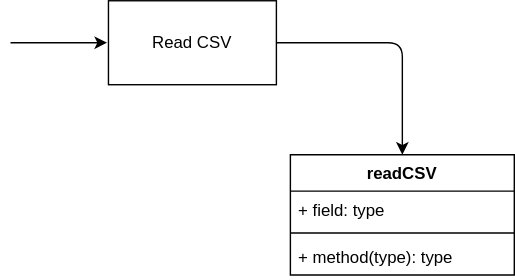
The draw.io diagram doc/step_1.drawio.svg in nigdanil/scrapy_comics, before a commit. Source tidied: cells renumbered, new cells last; positions are measured from the earlier drawing's top-left corner, leaving out a move shared by most shapes.
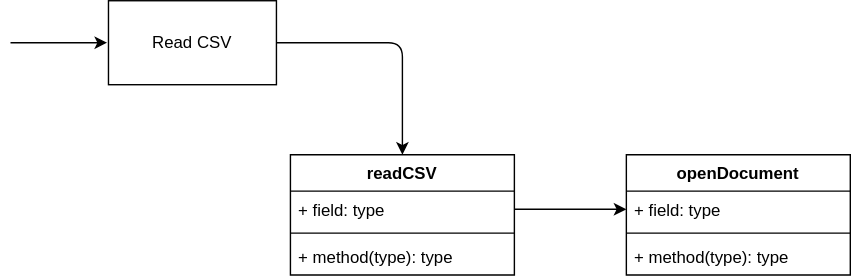
The same diagram one commit later.

The edit, as a diff of the source:
```diff
@@ -26,5 +26,20 @@
     <mxCell id="8" value="+ method(type): type" style="text;strokeColor=none;fillColor=none;align=left;verticalAlign=top;spacingLeft=4;spacingRight=4;overflow=hidden;" parent="5" vertex="1">
       <mxGeometry y="60" width="160" height="26" as="geometry" />
     </mxCell>
+    <mxCell id="9" value="openDocument" style="swimlane;fontStyle=1;align=center;verticalAlign=top;horizontal=1;startSize=26;" parent="1" vertex="1">
+      <mxGeometry x="440" y="110" width="160" height="86" as="geometry" />
+    </mxCell>
+    <mxCell id="10" value="+ field: type" style="text;strokeColor=none;fillColor=none;align=left;verticalAlign=top;spacingLeft=4;spacingRight=4;overflow=hidden;points=[[0,0.5],[1,0.5]];portConstraint=eastwest;" parent="9" vertex="1">
+      <mxGeometry y="26" width="160" height="26" as="geometry" />
+    </mxCell>
+    <mxCell id="11" style="line;strokeWidth=1;fillColor=none;align=left;verticalAlign=middle;spacingTop=-1;spacingLeft=3;spacingRight=3;labelPosition=right;strokeColor=inherit;" parent="9" vertex="1">
+      <mxGeometry y="52" width="160" height="8" as="geometry" />
+    </mxCell>
+    <mxCell id="12" value="+ method(type): type" style="text;strokeColor=none;fillColor=none;align=left;verticalAlign=top;spacingLeft=4;spacingRight=4;overflow=hidden;" parent="9" vertex="1">
+      <mxGeometry y="60" width="160" height="26" as="geometry" />
+    </mxCell>
+    <mxCell id="13" style="edgeStyle=orthogonalEdgeStyle;html=1;entryX=0;entryY=0.5;entryDx=0;entryDy=0;" parent="1" edge="1" source="6" target="10">
+      <mxGeometry relative="1" as="geometry" />
+    </mxCell>
   </root>
 </mxGraphModel>
```
